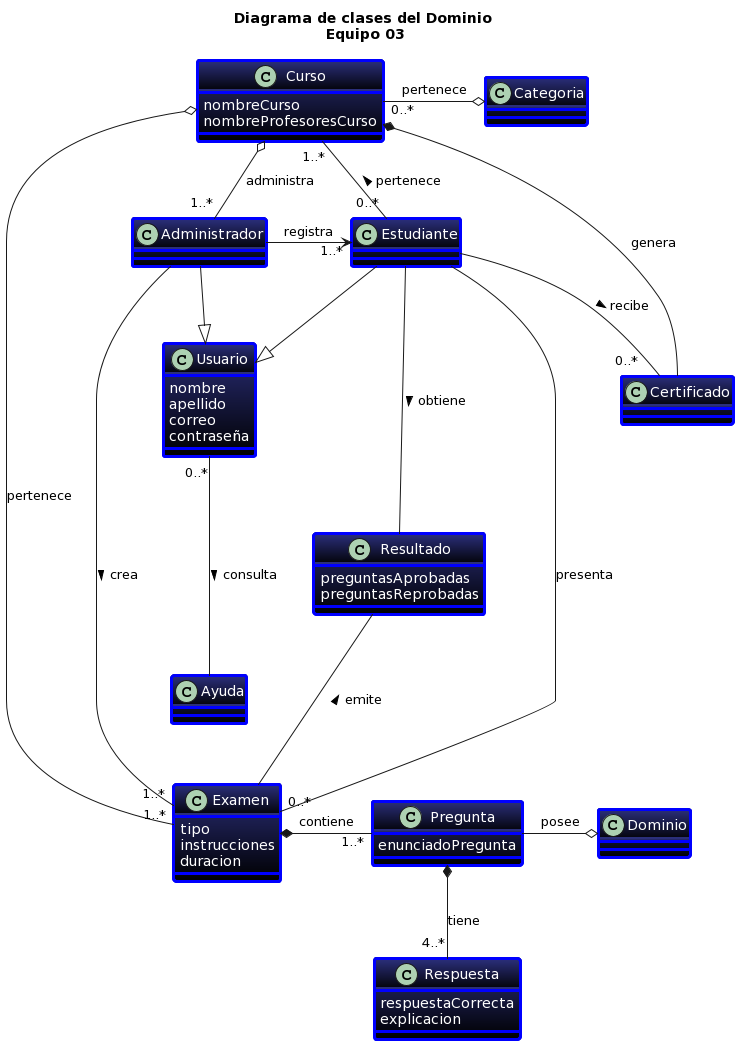
The PlantUML diagram docs/scenariosView/diagramaClasesDominio/Diagrama de clases.png in febres35/EdTech_IS, before a commit.
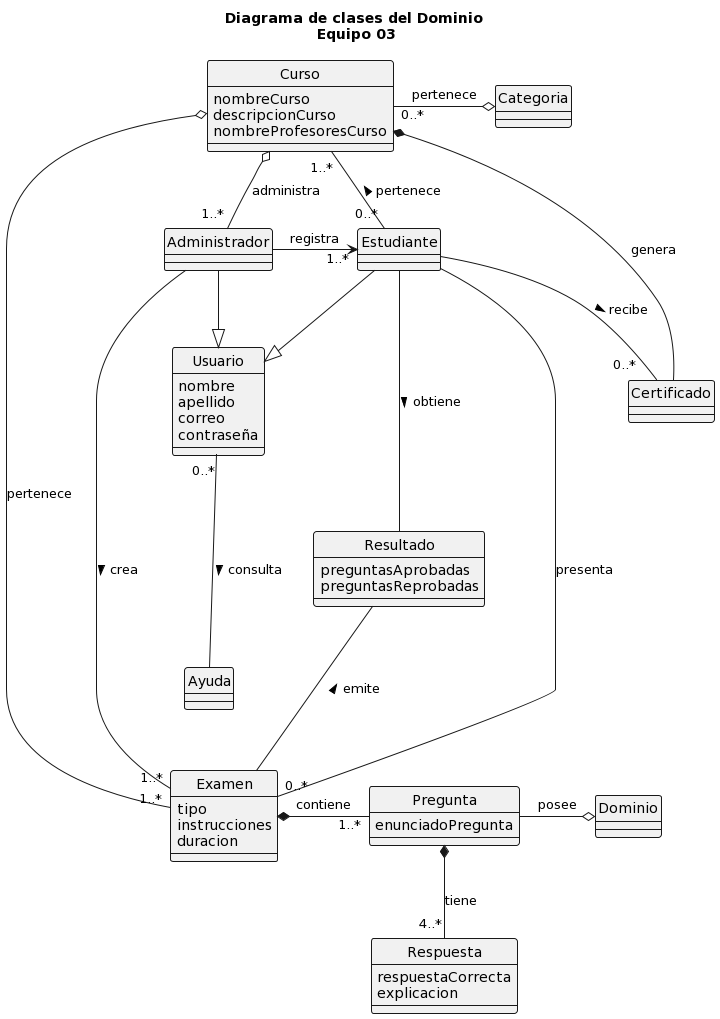
After the commit.

Commit message:
subida nuevo png modificado

Diff of the diagram source:
```diff
@@ -1,12 +1,9 @@
 @startuml
 title "Diagrama de clases del Dominio\n Equipo 03"
 
-skinparam Class{
-  BackgroundColor 2B2F7B-black
-  AttributeFontColor white
-  BorderThickness 3
-  BorderColor blue
-}
+skinparam ClassBorderThickness 1
+skinparam style strictuml
+
 class Usuario{
   nombre
   apellido
@@ -22,6 +19,7 @@
 
 class Curso{
   nombreCurso
+  descripcionCurso
   nombreProfesoresCurso
 }
 class Categoria
```
